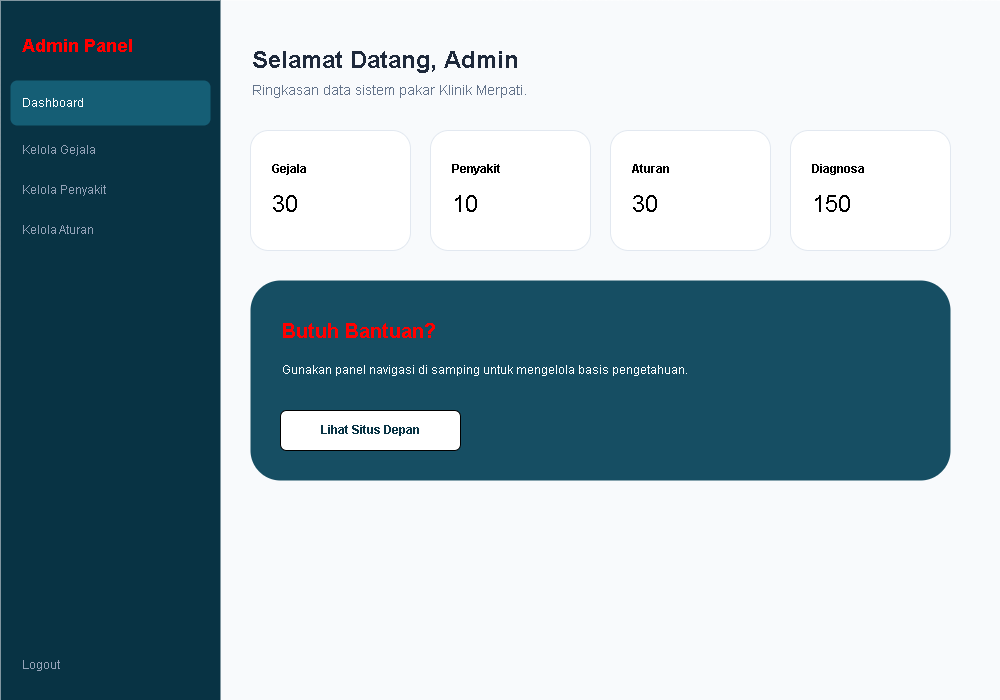
Jinsky/Jinsky keeps this draw.io diagram as diagram/desain/admin_dashboard.png. Above is the earlier version. Source tidied: cells renumbered, new cells last; positions are measured from the earlier drawing's top-left corner, leaving out a move shared by most shapes.
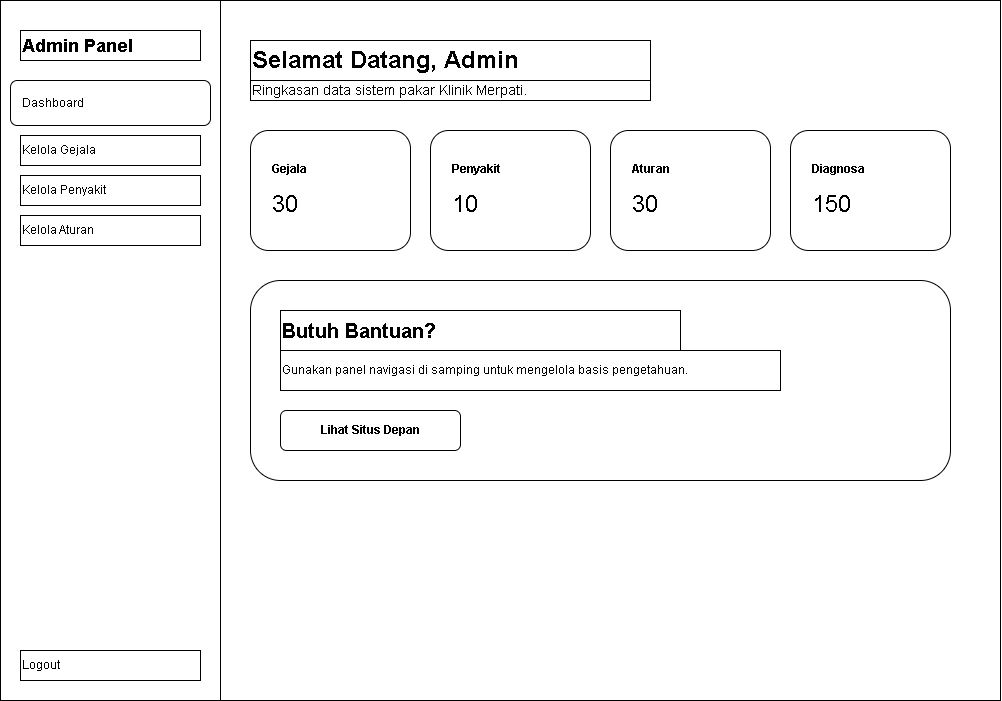
The same diagram one commit later.

What changed in the source:
```diff
@@ -2,58 +2,58 @@
   <root>
     <mxCell id="0" />
     <mxCell id="1" parent="0" />
-    <mxCell id="2" style="rounded=0;whiteSpace=wrap;html=1;fillColor=#f8fafc;strokeColor=none;" parent="1" vertex="1">
+    <mxCell id="2" style="rounded=0;whiteSpace=wrap;html=1;fillColor=#ffffff;strokeColor=#000000;fontColor=#000000;" parent="1" vertex="1">
       <mxGeometry width="1000" height="700" as="geometry" />
     </mxCell>
-    <mxCell id="3" style="rounded=0;whiteSpace=wrap;html=1;fillColor=#083344;strokeColor=none;" parent="1" vertex="1">
+    <mxCell id="3" style="rounded=0;whiteSpace=wrap;html=1;fillColor=#ffffff;strokeColor=#000000;fontColor=#000000;" parent="1" vertex="1">
       <mxGeometry width="220" height="700" as="geometry" />
     </mxCell>
-    <mxCell id="4" value="&lt;b&gt;&lt;font style=&quot;color: light-dark(rgb(255, 0, 0), rgb(237, 237, 237));&quot;&gt;Admin Panel&lt;/font&gt;&lt;/b&gt;" style="text;html=1;strokeColor=none;fillColor=none;align=left;verticalAlign=middle;whiteSpace=wrap;rounded=0;fontColor=#ffffff;fontSize=18;italic=1;" parent="1" vertex="1">
+    <mxCell id="4" value="&lt;b&gt;&lt;font style=&quot;color: #000000;&quot;&gt;Admin Panel&lt;/font&gt;&lt;/b&gt;" style="text;html=1;strokeColor=#000000;fillColor=none;align=left;verticalAlign=middle;whiteSpace=wrap;rounded=0;fontColor=#000000;fontSize=18;italic=1;" parent="1" vertex="1">
       <mxGeometry x="20" y="30" width="180" height="30" as="geometry" />
     </mxCell>
-    <mxCell id="5" value="Dashboard" style="rounded=0;whiteSpace=wrap;html=1;fillColor=#155e75;fontColor=#ffffff;strokeColor=none;rounded=1;align=left;spacingLeft=10;" parent="1" vertex="1">
+    <mxCell id="5" value="Dashboard" style="rounded=1;whiteSpace=wrap;html=1;fillColor=#ffffff;fontColor=#000000;strokeColor=#000000;align=left;spacingLeft=10;" parent="1" vertex="1">
       <mxGeometry x="10" y="80" width="200" height="45" as="geometry" />
     </mxCell>
-    <mxCell id="6" value="Kelola Gejala" style="text;html=1;strokeColor=none;fillColor=none;align=left;verticalAlign=middle;whiteSpace=wrap;rounded=0;fontColor=#94a3b8;" parent="1" vertex="1">
+    <mxCell id="6" value="Kelola Gejala" style="text;html=1;strokeColor=#000000;fillColor=none;align=left;verticalAlign=middle;whiteSpace=wrap;rounded=0;fontColor=#000000;" parent="1" vertex="1">
       <mxGeometry x="20" y="135" width="180" height="30" as="geometry" />
     </mxCell>
-    <mxCell id="7" value="Kelola Penyakit" style="text;html=1;strokeColor=none;fillColor=none;align=left;verticalAlign=middle;whiteSpace=wrap;rounded=0;fontColor=#94a3b8;" parent="1" vertex="1">
+    <mxCell id="7" value="Kelola Penyakit" style="text;html=1;strokeColor=#000000;fillColor=none;align=left;verticalAlign=middle;whiteSpace=wrap;rounded=0;fontColor=#000000;" parent="1" vertex="1">
       <mxGeometry x="20" y="175" width="180" height="30" as="geometry" />
     </mxCell>
-    <mxCell id="8" value="Kelola Aturan" style="text;html=1;strokeColor=none;fillColor=none;align=left;verticalAlign=middle;whiteSpace=wrap;rounded=0;fontColor=#94a3b8;" parent="1" vertex="1">
+    <mxCell id="8" value="Kelola Aturan" style="text;html=1;strokeColor=#000000;fillColor=none;align=left;verticalAlign=middle;whiteSpace=wrap;rounded=0;fontColor=#000000;" parent="1" vertex="1">
       <mxGeometry x="20" y="215" width="180" height="30" as="geometry" />
     </mxCell>
-    <mxCell id="9" value="Logout" style="text;html=1;strokeColor=none;fillColor=none;align=left;verticalAlign=middle;whiteSpace=wrap;rounded=0;fontColor=#94a3b8;fontSize=12;" parent="1" vertex="1">
+    <mxCell id="9" value="Logout" style="text;html=1;strokeColor=#000000;fillColor=none;align=left;verticalAlign=middle;whiteSpace=wrap;rounded=0;fontColor=#000000;fontSize=12;" parent="1" vertex="1">
       <mxGeometry x="20" y="650" width="180" height="30" as="geometry" />
     </mxCell>
-    <mxCell id="10" value="&lt;b&gt;Selamat Datang, Admin&lt;/b&gt;" style="text;html=1;strokeColor=none;fillColor=none;align=left;verticalAlign=middle;whiteSpace=wrap;rounded=0;fontSize=24;fontColor=#1e293b;" parent="1" vertex="1">
+    <mxCell id="10" value="&lt;b&gt;Selamat Datang, Admin&lt;/b&gt;" style="text;html=1;strokeColor=#000000;fillColor=none;align=left;verticalAlign=middle;whiteSpace=wrap;rounded=0;fontSize=24;fontColor=#000000;" parent="1" vertex="1">
       <mxGeometry x="250" y="40" width="400" height="40" as="geometry" />
     </mxCell>
-    <mxCell id="11" value="Ringkasan data sistem pakar Klinik Merpati." style="text;html=1;strokeColor=none;fillColor=none;align=left;verticalAlign=middle;whiteSpace=wrap;rounded=0;fontSize=14;fontColor=#64748b;" parent="1" vertex="1">
+    <mxCell id="11" value="Ringkasan data sistem pakar Klinik Merpati." style="text;html=1;strokeColor=#000000;fillColor=none;align=left;verticalAlign=middle;whiteSpace=wrap;rounded=0;fontSize=14;fontColor=#000000;" parent="1" vertex="1">
       <mxGeometry x="250" y="80" width="400" height="20" as="geometry" />
     </mxCell>
-    <mxCell id="12" value="&lt;b&gt;Gejala&lt;/b&gt;&lt;br/&gt;&lt;br/&gt;&lt;font style='font-size: 24px'&gt;30&lt;/font&gt;" style="rounded=0;whiteSpace=wrap;html=1;fillColor=#ffffff;rounded=1;strokeColor=#e2e8f0;align=left;spacingLeft=20;" parent="1" vertex="1">
+    <mxCell id="12" value="&lt;b&gt;Gejala&lt;/b&gt;&lt;br/&gt;&lt;br/&gt;&lt;font style='font-size: 24px'&gt;30&lt;/font&gt;" style="rounded=1;whiteSpace=wrap;html=1;fillColor=#ffffff;strokeColor=#000000;align=left;spacingLeft=20;fontColor=#000000;" parent="1" vertex="1">
       <mxGeometry x="250" y="130" width="160" height="120" as="geometry" />
     </mxCell>
-    <mxCell id="13" value="&lt;b&gt;Penyakit&lt;/b&gt;&lt;br/&gt;&lt;br/&gt;&lt;font style='font-size: 24px'&gt;10&lt;/font&gt;" style="rounded=0;whiteSpace=wrap;html=1;fillColor=#ffffff;rounded=1;strokeColor=#e2e8f0;align=left;spacingLeft=20;" parent="1" vertex="1">
+    <mxCell id="13" value="&lt;b&gt;Penyakit&lt;/b&gt;&lt;br/&gt;&lt;br/&gt;&lt;font style='font-size: 24px'&gt;10&lt;/font&gt;" style="rounded=1;whiteSpace=wrap;html=1;fillColor=#ffffff;strokeColor=#000000;align=left;spacingLeft=20;fontColor=#000000;" parent="1" vertex="1">
       <mxGeometry x="430" y="130" width="160" height="120" as="geometry" />
     </mxCell>
-    <mxCell id="14" value="&lt;b&gt;Aturan&lt;/b&gt;&lt;br/&gt;&lt;br/&gt;&lt;font style='font-size: 24px'&gt;30&lt;/font&gt;" style="rounded=0;whiteSpace=wrap;html=1;fillColor=#ffffff;rounded=1;strokeColor=#e2e8f0;align=left;spacingLeft=20;" parent="1" vertex="1">
+    <mxCell id="14" value="&lt;b&gt;Aturan&lt;/b&gt;&lt;br/&gt;&lt;br/&gt;&lt;font style='font-size: 24px'&gt;30&lt;/font&gt;" style="rounded=1;whiteSpace=wrap;html=1;fillColor=#ffffff;strokeColor=#000000;align=left;spacingLeft=20;fontColor=#000000;" parent="1" vertex="1">
       <mxGeometry x="610" y="130" width="160" height="120" as="geometry" />
     </mxCell>
-    <mxCell id="15" value="&lt;b&gt;Diagnosa&lt;/b&gt;&lt;br/&gt;&lt;br/&gt;&lt;font style='font-size: 24px'&gt;150&lt;/font&gt;" style="rounded=0;whiteSpace=wrap;html=1;fillColor=#ffffff;rounded=1;strokeColor=#e2e8f0;align=left;spacingLeft=20;" parent="1" vertex="1">
+    <mxCell id="15" value="&lt;b&gt;Diagnosa&lt;/b&gt;&lt;br/&gt;&lt;br/&gt;&lt;font style='font-size: 24px'&gt;150&lt;/font&gt;" style="rounded=1;whiteSpace=wrap;html=1;fillColor=#ffffff;strokeColor=#000000;align=left;spacingLeft=20;fontColor=#000000;" parent="1" vertex="1">
       <mxGeometry x="790" y="130" width="160" height="120" as="geometry" />
     </mxCell>
-    <mxCell id="16" style="rounded=0;whiteSpace=wrap;html=1;fillColor=#164e63;rounded=1;strokeColor=none;" parent="1" vertex="1">
+    <mxCell id="16" style="rounded=1;whiteSpace=wrap;html=1;fillColor=#ffffff;strokeColor=#000000;fontColor=#000000;" parent="1" vertex="1">
       <mxGeometry x="250" y="280" width="700" height="200" as="geometry" />
     </mxCell>
-    <mxCell id="17" value="&lt;b&gt;&lt;font style=&quot;color: light-dark(rgb(255, 0, 0), rgb(237, 237, 237));&quot;&gt;Butuh Bantuan?&lt;/font&gt;&lt;/b&gt;" style="text;html=1;strokeColor=none;fillColor=none;align=left;verticalAlign=middle;whiteSpace=wrap;rounded=0;fontColor=#ffffff;fontSize=20;" parent="1" vertex="1">
+    <mxCell id="17" value="&lt;b&gt;&lt;font style=&quot;color: #000000;&quot;&gt;Butuh Bantuan?&lt;/font&gt;&lt;/b&gt;" style="text;html=1;strokeColor=#000000;fillColor=none;align=left;verticalAlign=middle;whiteSpace=wrap;rounded=0;fontColor=#000000;fontSize=20;" parent="1" vertex="1">
       <mxGeometry x="280" y="310" width="400" height="40" as="geometry" />
     </mxCell>
-    <mxCell id="18" value="Gunakan panel navigasi di samping untuk mengelola basis pengetahuan." style="text;html=1;strokeColor=none;fillColor=none;align=left;verticalAlign=middle;whiteSpace=wrap;rounded=0;fontColor=#ffffff;opacity=80;" parent="1" vertex="1">
+    <mxCell id="18" value="Gunakan panel navigasi di samping untuk mengelola basis pengetahuan." style="text;html=1;strokeColor=#000000;fillColor=none;align=left;verticalAlign=middle;whiteSpace=wrap;rounded=0;fontColor=#000000;" parent="1" vertex="1">
       <mxGeometry x="280" y="350" width="500" height="40" as="geometry" />
     </mxCell>
-    <mxCell id="19" value="Lihat Situs Depan" style="rounded=0;whiteSpace=wrap;html=1;fillColor=#ffffff;fontColor=#083344;rounded=1;fontStyle=1;" parent="1" vertex="1">
+    <mxCell id="19" value="Lihat Situs Depan" style="rounded=1;whiteSpace=wrap;html=1;fillColor=#ffffff;fontColor=#000000;fontStyle=1;strokeColor=#000000;" parent="1" vertex="1">
       <mxGeometry x="280" y="410" width="180" height="40" as="geometry" />
     </mxCell>
   </root>
```
